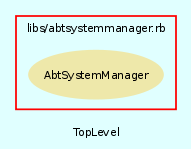
eschabell/abtlinux keeps this Graphviz diagram as src/trunk/doc/dot/f_3.png. Above is the earlier version. Its source is kept beside it as src/trunk/doc/dot/f_3.dot.
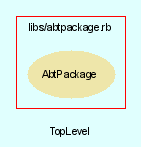
The same diagram one commit later.

Diff of the diagram source:
```diff
@@ -13,14 +13,14 @@
     subgraph cluster_4 {
         fontname = Arial
         color = red
-        label = "libs/abtsystemmanager.rb"
-        AbtSystemManager [
+        label = "libs/abtpackage.rb"
+        AbtPackage [
             fontcolor = black,
-            URL = "classes/AbtSystemManager.html",
+            URL = "classes/AbtPackage.html",
             shape = ellipse,
             color = palegoldenrod,
             style = filled,
-            label = "AbtSystemManager"
+            label = "AbtPackage"
         ]
 
     }
```
